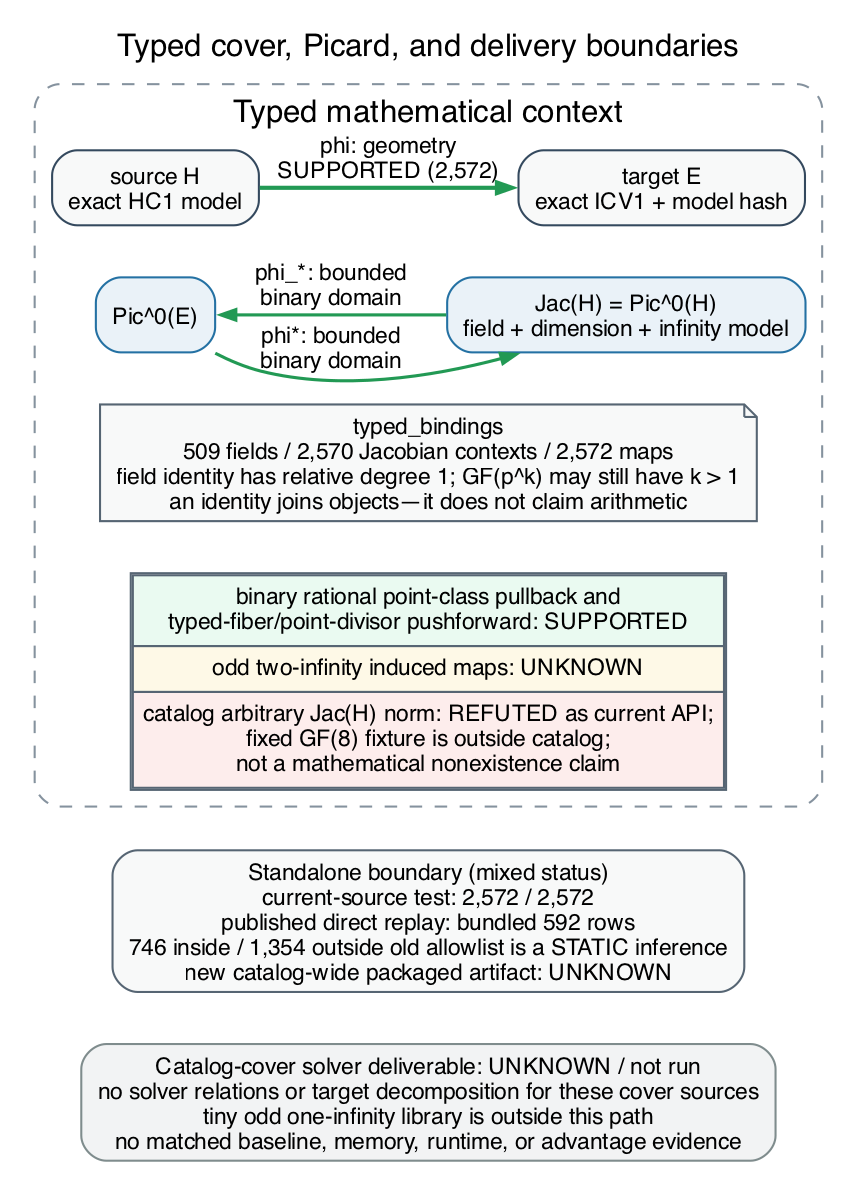
Before: research/cover_transfer_assessment_20261013/typed_transfer_context.png, a diagram exported from Graphviz (isogeny-labs/crypto). Its source is kept beside it as research/cover_transfer_assessment_20261013/typed_transfer_context.dot. Source of this version:
```dot
digraph typed_transfer_context {
  graph [
    rankdir=TB,
    bgcolor="white",
    pad="0.12",
    nodesep="0.25",
    ranksep="0.34",
    fontname="Helvetica",
    fontsize=15,
    newrank=true,
    labelloc="t",
    label="Typed cover, Picard, and delivery boundaries"
  ];
  node [shape=box, style="rounded,filled", fillcolor="white", color="#34495e", fontname="Helvetica", fontsize=11];
  edge [fontname="Helvetica", fontsize=11, color="#34495e", arrowsize=0.72];

  subgraph cluster_context {
    label="Typed mathematical context";
    color="#85929e";
    style="rounded,dashed";

    source_h [label="source H\nexact HC1 model", fillcolor="#f8f9f9"];
    target_e [label="target E\nexact ICV1 + model hash", fillcolor="#f8f9f9"];
    pic_e [label="Pic^0(E)", fillcolor="#eaf2f8", color="#2471a3"];
    jac_h [label="Jac(H) = Pic^0(H)\nfield + dimension + infinity model", fillcolor="#eaf2f8", color="#2471a3"];

    binding_note [
      label="typed_bindings\n509 fields / 2,570 Jacobian contexts / 2,572 maps\nfield identity has relative degree 1; GF(p^k) may still have k > 1\nan identity joins objects—it does not claim arithmetic",
      shape=note,
      fillcolor="#f8f9f9",
      color="#566573"
    ];
    transfer_limits [
      shape=plain,
      label=<
        <TABLE BORDER="1" CELLBORDER="1" CELLSPACING="0" CELLPADDING="4" COLOR="#566573">
          <TR><TD BGCOLOR="#eafaf1">binary rational point-class pullback and<BR/>typed-fiber/point-divisor pushforward: SUPPORTED</TD></TR>
          <TR><TD BGCOLOR="#fef9e7">odd two-infinity induced maps: UNKNOWN</TD></TR>
          <TR><TD BGCOLOR="#fdedec">catalog arbitrary Jac(H) norm: REFUTED as current API;<BR/>fixed GF(8) fixture is outside catalog;<BR/>not a mathematical nonexistence claim</TD></TR>
        </TABLE>
      >
    ];

    { rank=same; source_h; target_e; }
    { rank=same; pic_e; jac_h; }
    source_h -> target_e [label="phi: geometry\nSUPPORTED (2,572)", color="#229954", penwidth=2];
    pic_e -> jac_h [label="phi*: bounded\nbinary domain", color="#229954", penwidth=1.5];
    jac_h -> pic_e [label="phi_*: bounded\nbinary domain", color="#229954", penwidth=1.5, constraint=false];
    source_h -> pic_e [style="invis", weight=50];
    target_e -> jac_h [style="invis", weight=50];
    pic_e -> binding_note [style="invis", weight=40];
    jac_h -> binding_note [style="invis", weight=40];
    binding_note -> transfer_limits [style="invis", weight=40];
  }

  package [
    label="Standalone boundary (mixed status)\ncurrent-source test: 2,572 / 2,572\npublished direct replay: bundled 592 rows\n746 inside / 1,354 outside old allowlist is a STATIC inference\nnew catalog-wide packaged artifact: UNKNOWN",
    fillcolor="#f8f9f9",
    color="#566573"
  ];
  solver [
    label="Catalog-cover solver deliverable: UNKNOWN / not run\nno solver relations or target decomposition for these cover sources\ntiny odd one-infinity library is outside this path\nno matched baseline, memory, runtime, or advantage evidence",
    fillcolor="#f2f3f4",
    color="#7f8c8d"
  ];

  transfer_limits -> package [style="invis", weight=80];
  package -> solver [style="invis", weight=80];
}
```
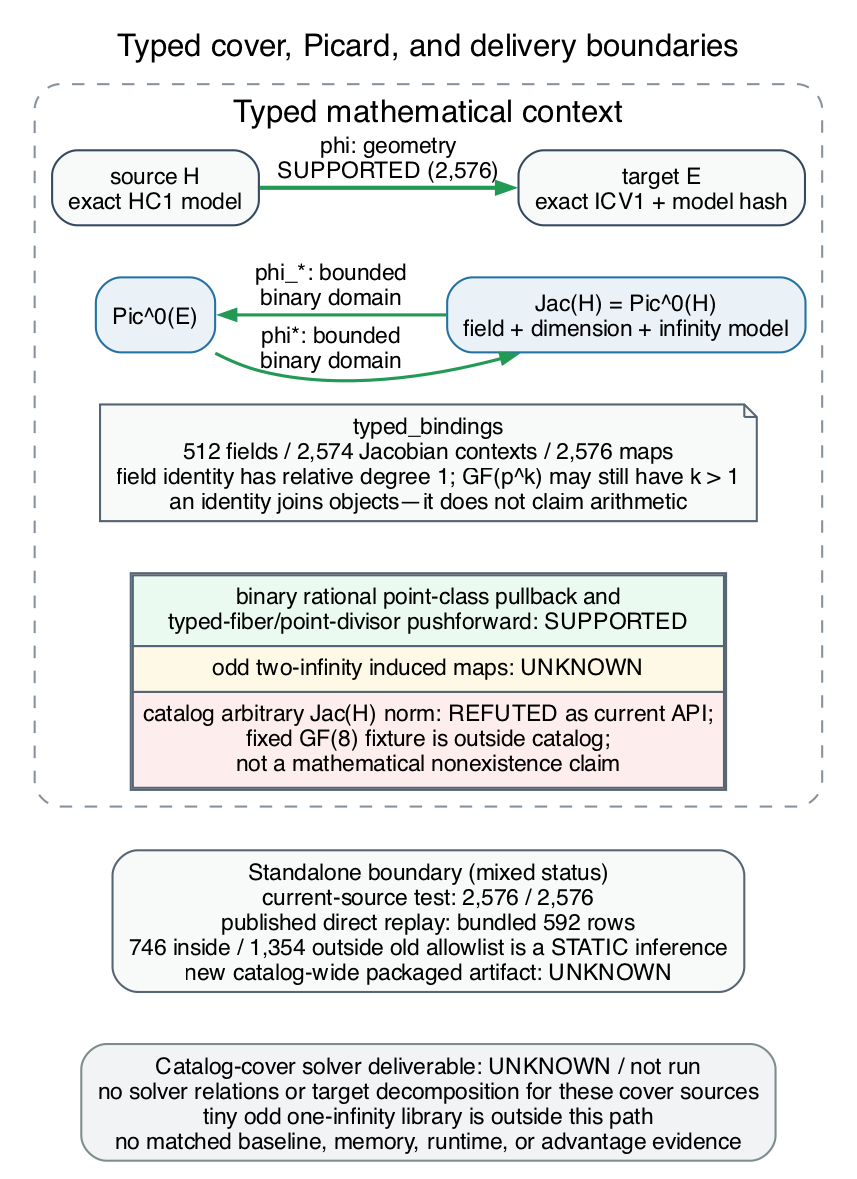
Above is the later version.

The edit, as a diff of the source:
```diff
@@ -25,7 +25,7 @@
     jac_h [label="Jac(H) = Pic^0(H)\nfield + dimension + infinity model", fillcolor="#eaf2f8", color="#2471a3"];
 
     binding_note [
-      label="typed_bindings\n509 fields / 2,570 Jacobian contexts / 2,572 maps\nfield identity has relative degree 1; GF(p^k) may still have k > 1\nan identity joins objects—it does not claim arithmetic",
+      label="typed_bindings\n512 fields / 2,574 Jacobian contexts / 2,576 maps\nfield identity has relative degree 1; GF(p^k) may still have k > 1\nan identity joins objects—it does not claim arithmetic",
       shape=note,
       fillcolor="#f8f9f9",
       color="#566573"
@@ -43,7 +43,7 @@
 
     { rank=same; source_h; target_e; }
     { rank=same; pic_e; jac_h; }
-    source_h -> target_e [label="phi: geometry\nSUPPORTED (2,572)", color="#229954", penwidth=2];
+    source_h -> target_e [label="phi: geometry\nSUPPORTED (2,576)", color="#229954", penwidth=2];
     pic_e -> jac_h [label="phi*: bounded\nbinary domain", color="#229954", penwidth=1.5];
     jac_h -> pic_e [label="phi_*: bounded\nbinary domain", color="#229954", penwidth=1.5, constraint=false];
     source_h -> pic_e [style="invis", weight=50];
@@ -54,7 +54,7 @@
   }
 
   package [
-    label="Standalone boundary (mixed status)\ncurrent-source test: 2,572 / 2,572\npublished direct replay: bundled 592 rows\n746 inside / 1,354 outside old allowlist is a STATIC inference\nnew catalog-wide packaged artifact: UNKNOWN",
+    label="Standalone boundary (mixed status)\ncurrent-source test: 2,576 / 2,576\npublished direct replay: bundled 592 rows\n746 inside / 1,354 outside old allowlist is a STATIC inference\nnew catalog-wide packaged artifact: UNKNOWN",
     fillcolor="#f8f9f9",
     color="#566573"
   ];
```
